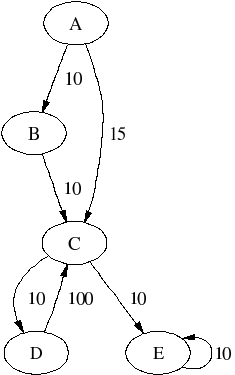
Earlier version of the Graphviz export etc/graphtest.png (dustin/spyjar). Its source is kept beside it as etc/graphtest.dot. Source of this version:
```dot


digraph sp {
	"A" -> "B" [label="10"];
	"A" -> "C" [label="15"];
	"B" -> "C" [label="10"];
	"C" -> "D" [label="10"];
	"C" -> "E" [label="10"];
	"D" -> "C" [label="100"];
	"E" -> "E" [label="10"];
};
```
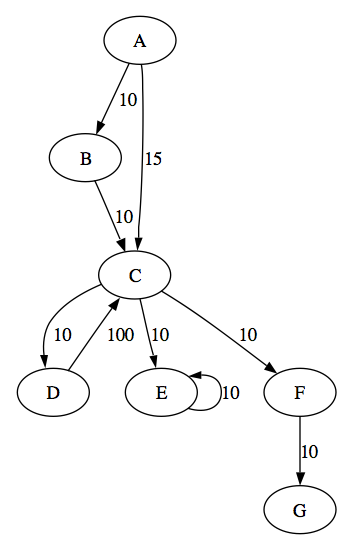
The same diagram one commit later.

What changed in the source:
```diff
@@ -6,6 +6,8 @@
 	"B" -> "C" [label="10"];
 	"C" -> "D" [label="10"];
 	"C" -> "E" [label="10"];
+	"C" -> "F" [label="10"];
+	"F" -> "G" [label="10"];
 	"D" -> "C" [label="100"];
 	"E" -> "E" [label="10"];
 };
```
